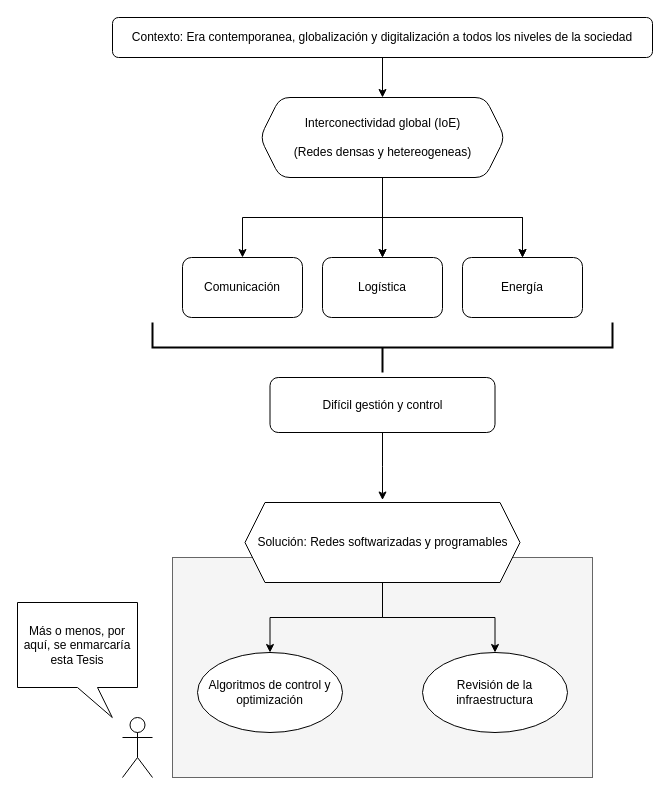
The draw.io diagram fig/01_intro/intro_1.drawio in davidcawork/phd-thesis, before the edit. Source tidied: cells renumbered, new cells numbered last; positions are measured from the earlier drawing's top-left corner, leaving out a move shared by most shapes. Both pictures are drawn from the tidied source at 100%, with x=0, y=0 at pixel (17, 17).
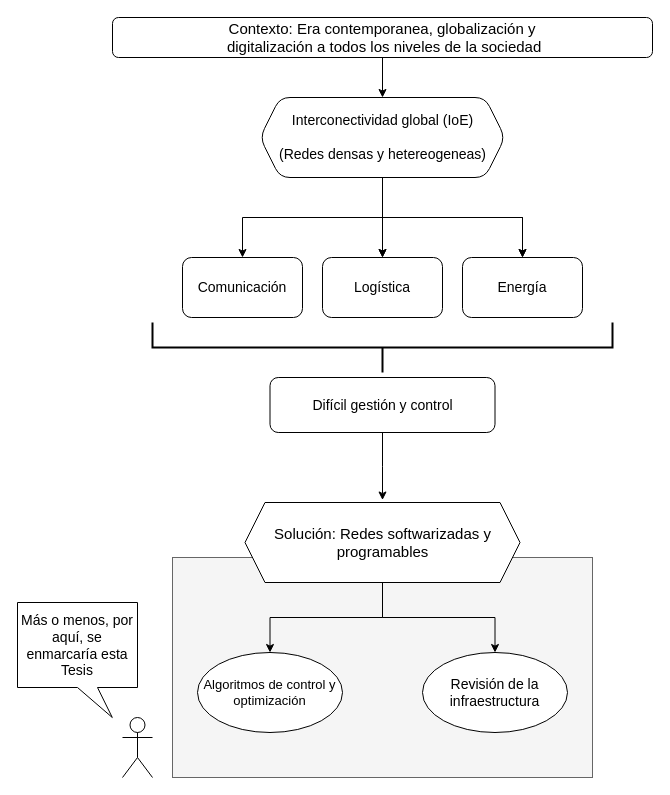
The same page after the edit.

The edit, as a diff of the source:
```diff
@@
-    <mxCell id="4" value="Contexto: Era contemporanea, globalización y digitalización a todos los niveles de la sociedad" style="rounded=1;whiteSpace=wrap;html=1;" parent="1" vertex="1">
+    <mxCell id="4" value="&lt;font style=&quot;font-size: 15px;&quot;&gt;Contexto: Era contemporanea, globalización&amp;nbsp;&lt;/font&gt;&lt;span style=&quot;font-size: 15px; background-color: transparent; color: light-dark(rgb(0, 0, 0), rgb(255, 255, 255));&quot;&gt;y&lt;/span&gt;&lt;div&gt;&lt;span style=&quot;font-size: 15px; background-color: transparent; color: light-dark(rgb(0, 0, 0), rgb(255, 255, 255));&quot;&gt;&amp;nbsp;digitalización a todos los niveles de la sociedad&lt;/span&gt;&lt;/div&gt;" style="rounded=1;whiteSpace=wrap;html=1;" parent="1" vertex="1">
       <mxGeometry x="95" width="540" height="40" as="geometry" />
     </mxCell>
@@
-    <mxCell id="10" value="Interconectividad global (IoE)&lt;div&gt;&lt;br&gt;&lt;/div&gt;&lt;div&gt;(Redes densas y hetereogeneas)&lt;/div&gt;" style="shape=hexagon;perimeter=hexagonPerimeter2;whiteSpace=wrap;html=1;fixedSize=1;rounded=1;" parent="1" vertex="1">
+    <mxCell id="10" value="&lt;font style=&quot;font-size: 14px;&quot;&gt;Interconectividad global (IoE)&lt;/font&gt;&lt;div&gt;&lt;font style=&quot;font-size: 14px;&quot;&gt;&lt;br&gt;&lt;/font&gt;&lt;/div&gt;&lt;div&gt;&lt;font style=&quot;font-size: 14px;&quot;&gt;(Redes densas y hetereogeneas)&lt;/font&gt;&lt;/div&gt;" style="shape=hexagon;perimeter=hexagonPerimeter2;whiteSpace=wrap;html=1;fixedSize=1;rounded=1;" parent="1" vertex="1">
       <mxGeometry x="242.5" y="80" width="245" height="80" as="geometry" />
     </mxCell>
-    <mxCell id="11" value="Comunicación" style="whiteSpace=wrap;html=1;rounded=1;" parent="1" vertex="1">
+    <mxCell id="11" value="&lt;font style=&quot;font-size: 14px;&quot;&gt;Comunicación&lt;/font&gt;" style="whiteSpace=wrap;html=1;rounded=1;" parent="1" vertex="1">
       <mxGeometry x="165" y="240" width="120" height="60" as="geometry" />
     </mxCell>
-    <mxCell id="12" value="Energía" style="whiteSpace=wrap;html=1;rounded=1;" parent="1" vertex="1">
+    <mxCell id="12" value="&lt;font style=&quot;font-size: 14px;&quot;&gt;Energía&lt;/font&gt;" style="whiteSpace=wrap;html=1;rounded=1;" parent="1" vertex="1">
       <mxGeometry x="445" y="240" width="120" height="60" as="geometry" />
     </mxCell>
-    <mxCell id="13" value="Logística" style="whiteSpace=wrap;html=1;rounded=1;" parent="1" vertex="1">
+    <mxCell id="13" value="&lt;font style=&quot;font-size: 14px;&quot;&gt;Logística&lt;/font&gt;" style="whiteSpace=wrap;html=1;rounded=1;" parent="1" vertex="1">
       <mxGeometry x="305" y="240" width="120" height="60" as="geometry" />
     </mxCell>
@@
-    <mxCell id="15" value="Más o menos, por aquí, se enmarcaría esta Tesis" style="shape=callout;whiteSpace=wrap;html=1;perimeter=calloutPerimeter;position2=0.79;" parent="1" vertex="1">
+    <mxCell id="15" value="&lt;font style=&quot;font-size: 14px;&quot;&gt;Más o menos, por aquí, se enmarcaría esta Tesis&lt;/font&gt;" style="shape=callout;whiteSpace=wrap;html=1;perimeter=calloutPerimeter;position2=0.79;" parent="1" vertex="1">
       <mxGeometry y="585" width="120" height="115" as="geometry" />
     </mxCell>
@@
-    <mxCell id="18" value="Difícil gestión y control" style="rounded=1;whiteSpace=wrap;html=1;" parent="1" vertex="1">
+    <mxCell id="18" value="&lt;font style=&quot;font-size: 14px;&quot;&gt;Difícil gestión y control&lt;/font&gt;" style="rounded=1;whiteSpace=wrap;html=1;" parent="1" vertex="1">
       <mxGeometry x="252.5" y="360" width="225" height="55" as="geometry" />
     </mxCell>
@@
-    <mxCell id="20" value="Solución:&amp;nbsp;&lt;span style=&quot;background-color: transparent; color: light-dark(rgb(0, 0, 0), rgb(255, 255, 255));&quot;&gt;Redes softwarizadas y programables&lt;/span&gt;" style="shape=hexagon;perimeter=hexagonPerimeter2;whiteSpace=wrap;html=1;fixedSize=1;" parent="1" vertex="1">
+    <mxCell id="20" value="&lt;font style=&quot;font-size: 15px;&quot;&gt;Solución:&amp;nbsp;&lt;span style=&quot;background-color: transparent; color: light-dark(rgb(0, 0, 0), rgb(255, 255, 255));&quot;&gt;Redes softwarizadas y programables&lt;/span&gt;&lt;/font&gt;" style="shape=hexagon;perimeter=hexagonPerimeter2;whiteSpace=wrap;html=1;fixedSize=1;" parent="1" vertex="1">
       <mxGeometry x="227.5" y="485" width="275" height="80" as="geometry" />
     </mxCell>
-    <mxCell id="21" value="Algoritmos de control y optimización" style="ellipse;whiteSpace=wrap;html=1;" parent="1" vertex="1">
+    <mxCell id="21" value="&lt;font style=&quot;font-size: 13px;&quot;&gt;Algoritmos de control y optimización&lt;/font&gt;" style="ellipse;whiteSpace=wrap;html=1;" parent="1" vertex="1">
       <mxGeometry x="180" y="635" width="145" height="80" as="geometry" />
     </mxCell>
-    <mxCell id="22" value="Revisión de la infraestructura" style="ellipse;whiteSpace=wrap;html=1;" parent="1" vertex="1">
+    <mxCell id="22" value="&lt;font style=&quot;font-size: 14px;&quot;&gt;Revisión de la infraestructura&lt;/font&gt;" style="ellipse;whiteSpace=wrap;html=1;" parent="1" vertex="1">
       <mxGeometry x="405" y="635" width="145" height="80" as="geometry" />
     </mxCell>
```
